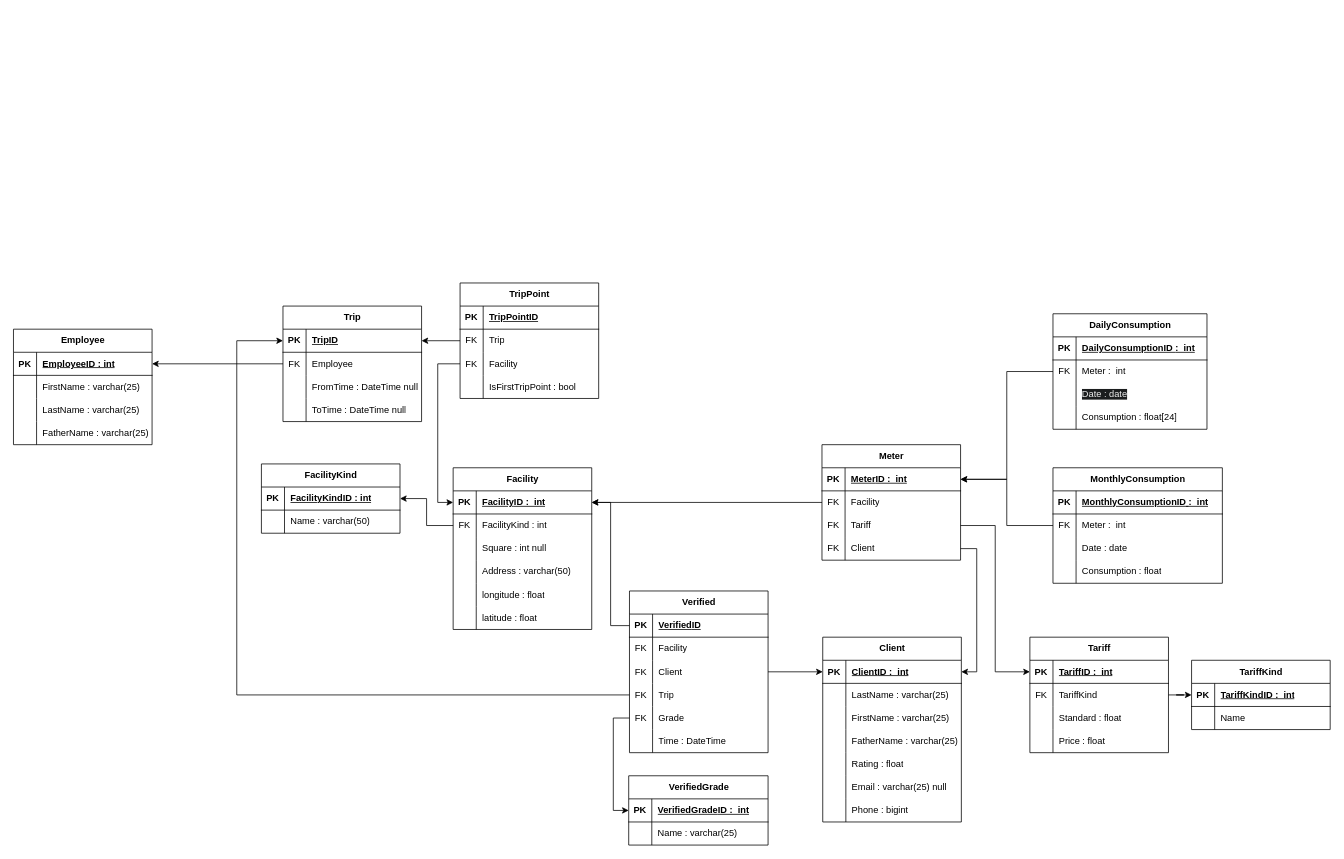
Before: src/db/diagrams/FairWatt.drawio in DrSa1fer/FairWatt, a draw.io diagram. Source tidied: cells renumbered, new cells numbered last; positions are measured from the earlier drawing's top-left corner, leaving out a move shared by most shapes. Both pictures are drawn from the tidied source at 77%, with x=0, y=0 at pixel (13, 283).
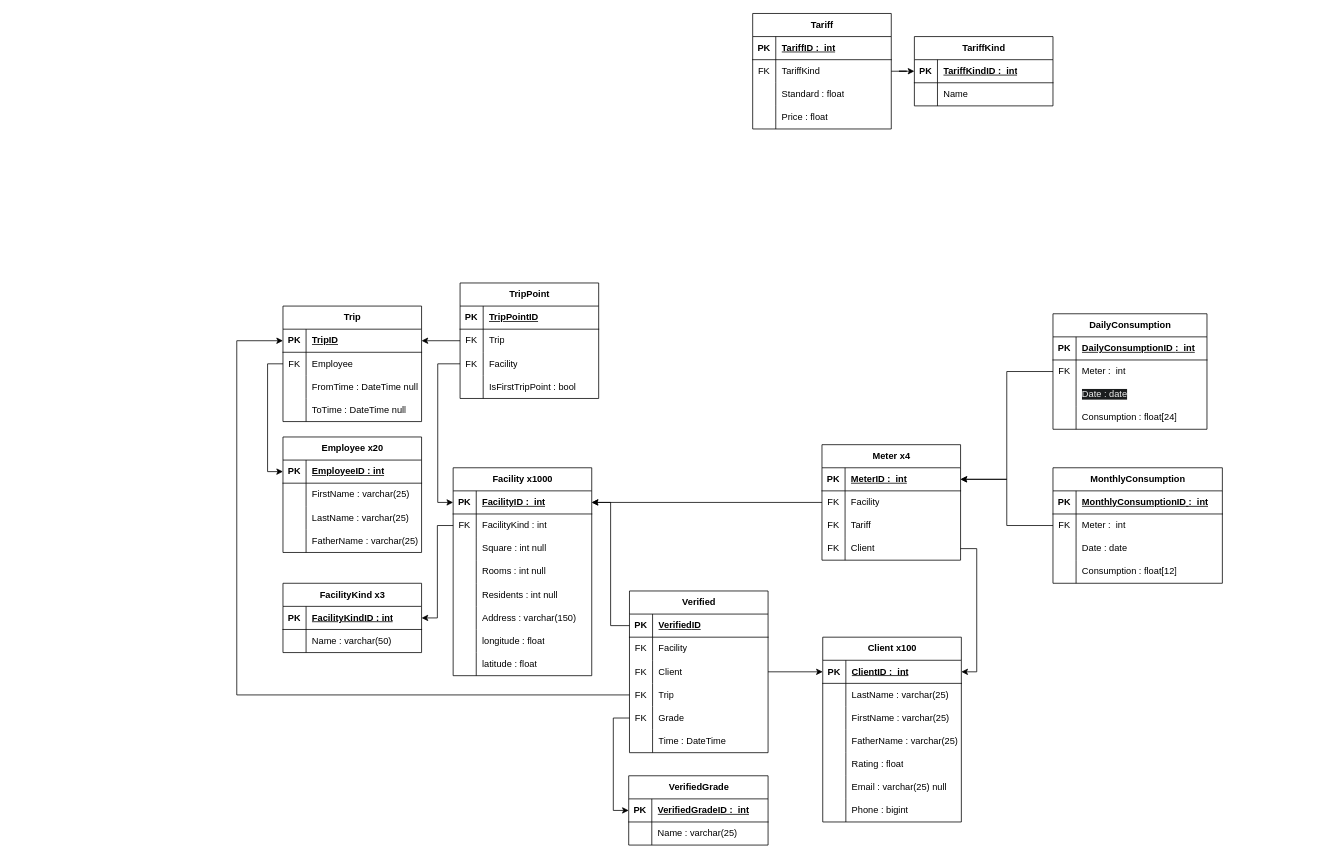
After the change.

The change refers to these unchanged cells:
```xml
<mxCell id="50" style="shape=tableRow;horizontal=0;startSize=0;swimlaneHead=0;swimlaneBody=0;fillColor=none;points=[[0,0.5],[1,0.5]];portConstraint=eastwest;top=0;left=0;right=0;bottom=0;" parent="43" vertex="1">
  <mxGeometry y="90" width="180" height="30" as="geometry" />
</mxCell>
<mxCell id="73" style="shape=tableRow;horizontal=0;startSize=0;swimlaneHead=0;swimlaneBody=0;fillColor=none;points=[[0,0.5],[1,0.5]];portConstraint=eastwest;top=0;left=0;right=0;bottom=1;" parent="72" vertex="1">
  <mxGeometry y="30" width="180" height="30" as="geometry" />
</mxCell>
<mxCell id="91" style="shape=tableRow;horizontal=0;startSize=0;swimlaneHead=0;swimlaneBody=0;fillColor=none;points=[[0,0.5],[1,0.5]];portConstraint=eastwest;top=0;left=0;right=0;bottom=0;" parent="87" vertex="1">
  <mxGeometry y="60" width="180" height="30" as="geometry" />
</mxCell>
<mxCell id="170" style="shape=tableRow;horizontal=0;startSize=0;swimlaneHead=0;swimlaneBody=0;fillColor=none;top=0;left=0;right=0;bottom=0;" parent="160" vertex="1">
  <mxGeometry y="120" width="220" height="30" as="geometry" />
</mxCell>
<mxCell id="175" style="shape=tableRow;horizontal=0;startSize=0;swimlaneHead=0;swimlaneBody=0;fillColor=none;points=[[0,0.5],[1,0.5]];portConstraint=eastwest;top=0;left=0;right=0;bottom=1;" parent="174" vertex="1">
  <mxGeometry y="30" width="180" height="30" as="geometry" />
</mxCell>
```

What changed in the source:
```diff
@@
-    <mxCell id="2" value="Facility" style="shape=table;startSize=30;childLayout=tableLayout;rowLines=0;fontStyle=1;align=center;html=1;" parent="1" vertex="1">
-      <mxGeometry x="571" y="240" width="180" height="210" as="geometry" />
+    <mxCell id="2" value="Facility x1000" style="shape=table;startSize=30;childLayout=tableLayout;rowLines=0;fontStyle=1;align=center;html=1;" parent="1" vertex="1">
+      <mxGeometry x="571" y="240" width="180" height="270" as="geometry" />
     </mxCell>
@@
+    <mxCell id="188" style="shape=tableRow;horizontal=0;startSize=0;swimlaneHead=0;swimlaneBody=0;fillColor=none;top=0;left=0;right=0;bottom=0;" parent="2" vertex="1">
+      <mxGeometry y="120" width="180" height="30" as="geometry" />
+    </mxCell>
+    <mxCell id="189" style="shape=partialRectangle;fillColor=none;top=0;left=0;bottom=0;right=0;overflow=hidden;whiteSpace=wrap;html=1;" parent="188" vertex="1">
+      <mxGeometry width="30" height="30" as="geometry" />
+    </mxCell>
+    <mxCell id="190" value="Rooms : int null" style="shape=partialRectangle;fillColor=none;top=0;left=0;bottom=0;right=0;align=left;spacingLeft=6;overflow=hidden;whiteSpace=wrap;html=1;" parent="188" vertex="1">
+      <mxGeometry x="30" width="150" height="30" as="geometry" />
+    </mxCell>
+    <mxCell id="191" style="shape=tableRow;horizontal=0;startSize=0;swimlaneHead=0;swimlaneBody=0;fillColor=none;top=0;left=0;right=0;bottom=0;" parent="2" vertex="1">
+      <mxGeometry y="150" width="180" height="30" as="geometry" />
+    </mxCell>
+    <mxCell id="192" style="shape=partialRectangle;fillColor=none;top=0;left=0;bottom=0;right=0;overflow=hidden;whiteSpace=wrap;html=1;" parent="191" vertex="1">
+      <mxGeometry width="30" height="30" as="geometry" />
+    </mxCell>
+    <mxCell id="193" value="Residents : int null" style="shape=partialRectangle;fillColor=none;top=0;left=0;bottom=0;right=0;align=left;spacingLeft=6;overflow=hidden;whiteSpace=wrap;html=1;" parent="191" vertex="1">
+      <mxGeometry x="30" width="150" height="30" as="geometry" />
+    </mxCell>
     <mxCell id="12" style="shape=tableRow;horizontal=0;startSize=0;swimlaneHead=0;swimlaneBody=0;fillColor=none;top=0;left=0;right=0;bottom=0;" parent="2" vertex="1">
-      <mxGeometry y="120" width="180" height="30" as="geometry" />
+      <mxGeometry y="180" width="180" height="30" as="geometry" />
     </mxCell>
@@
-    <mxCell id="14" value="Address : varchar(50)" style="shape=partialRectangle;fillColor=none;top=0;left=0;bottom=0;right=0;align=left;spacingLeft=6;overflow=hidden;whiteSpace=wrap;html=1;" parent="12" vertex="1">
+    <mxCell id="14" value="Address : varchar(150)" style="shape=partialRectangle;fillColor=none;top=0;left=0;bottom=0;right=0;align=left;spacingLeft=6;overflow=hidden;whiteSpace=wrap;html=1;" parent="12" vertex="1">
       <mxGeometry x="30" width="150" height="30" as="geometry" />
     </mxCell>
     <mxCell id="15" style="shape=tableRow;horizontal=0;startSize=0;swimlaneHead=0;swimlaneBody=0;fillColor=none;top=0;left=0;right=0;bottom=0;" parent="2" vertex="1">
-      <mxGeometry y="150" width="180" height="30" as="geometry" />
+      <mxGeometry y="210" width="180" height="30" as="geometry" />
     </mxCell>
@@
     <mxCell id="18" style="shape=tableRow;horizontal=0;startSize=0;swimlaneHead=0;swimlaneBody=0;fillColor=none;top=0;left=0;right=0;bottom=0;" parent="2" vertex="1">
-      <mxGeometry y="180" width="180" height="30" as="geometry" />
+      <mxGeometry y="240" width="180" height="30" as="geometry" />
     </mxCell>
@@
-    <mxCell id="21" value="Client" style="shape=table;startSize=30;childLayout=tableLayout;rowLines=0;fontStyle=1;align=center;html=1;" parent="1" vertex="1">
+    <mxCell id="21" value="Client x100" style="shape=table;startSize=30;childLayout=tableLayout;rowLines=0;fontStyle=1;align=center;html=1;" parent="1" vertex="1">
       <mxGeometry x="1051" y="460" width="180" height="240" as="geometry" />
     </mxCell>
@@
-    <mxCell id="43" value="&lt;span style=&quot;background-color: initial;&quot;&gt;Meter&lt;/span&gt;" style="shape=table;startSize=30;childLayout=tableLayout;rowLines=0;fontStyle=1;align=center;html=1;" parent="1" vertex="1">
+    <mxCell id="43" value="&lt;span style=&quot;background-color: initial;&quot;&gt;Meter x4&lt;/span&gt;" style="shape=table;startSize=30;childLayout=tableLayout;rowLines=0;fontStyle=1;align=center;html=1;" parent="1" vertex="1">
       <mxGeometry x="1050" y="210" width="180" height="150" as="geometry" />
     </mxCell>
@@
-    <mxCell id="58" value="FacilityKind" style="shape=table;startSize=30;childLayout=tableLayout;rowLines=0;fontStyle=1;align=center;html=1;" parent="1" vertex="1">
-      <mxGeometry x="322" y="235" width="180" height="90" as="geometry" />
+    <mxCell id="58" value="FacilityKind x3" style="shape=table;startSize=30;childLayout=tableLayout;rowLines=0;fontStyle=1;align=center;html=1;" parent="1" vertex="1">
+      <mxGeometry x="350" y="390" width="180" height="90" as="geometry" />
     </mxCell>
@@
     <mxCell id="65" value="TariffKind" style="shape=table;startSize=30;childLayout=tableLayout;rowLines=0;fontStyle=1;align=center;html=1;" parent="1" vertex="1">
-      <mxGeometry x="1530" y="490" width="180" height="90" as="geometry" />
+      <mxGeometry x="1170" y="-320" width="180" height="90" as="geometry" />
     </mxCell>
@@
     <mxCell id="72" value="Tariff" style="shape=table;startSize=30;childLayout=tableLayout;rowLines=0;fontStyle=1;align=center;html=1;" parent="1" vertex="1">
-      <mxGeometry x="1320" y="460" width="180" height="150" as="geometry" />
+      <mxGeometry x="960" y="-350" width="180" height="150" as="geometry" />
     </mxCell>
@@
-    <mxCell id="86" style="edgeStyle=orthogonalEdgeStyle;rounded=0;jettySize=auto;html=1;entryX=0;entryY=0.5;entryDx=0;entryDy=0;" parent="1" edge="1" source="50" target="73">
-      <mxGeometry relative="1" as="geometry" />
-    </mxCell>
@@
-    <mxCell id="172" value="Consumption : float" style="shape=partialRectangle;fillColor=none;top=0;left=0;bottom=0;right=0;align=left;spacingLeft=6;overflow=hidden;whiteSpace=wrap;html=1;" parent="170" vertex="1">
+    <mxCell id="172" value="Consumption : float[12]" style="shape=partialRectangle;fillColor=none;top=0;left=0;bottom=0;right=0;align=left;spacingLeft=6;overflow=hidden;whiteSpace=wrap;html=1;" parent="170" vertex="1">
       <mxGeometry x="30" width="190" height="30" as="geometry" />
     </mxCell>
@@
-    <mxCell id="174" value="Employee" style="shape=table;startSize=30;childLayout=tableLayout;rowLines=0;fontStyle=1;align=center;html=1;" parent="1" vertex="1">
-      <mxGeometry y="60" width="180" height="150" as="geometry" />
+    <mxCell id="174" value="Employee x20" style="shape=table;startSize=30;childLayout=tableLayout;rowLines=0;fontStyle=1;align=center;html=1;" parent="1" vertex="1">
+      <mxGeometry x="350" y="200" width="180" height="150" as="geometry" />
     </mxCell>
@@
-    <mxCell id="187" style="edgeStyle=orthogonalEdgeStyle;rounded=0;jettySize=auto;html=1;entryX=1;entryY=0.5;entryDx=0;entryDy=0;" parent="1" edge="1" source="91" target="175">
+    <mxCell id="187" style="edgeStyle=orthogonalEdgeStyle;rounded=0;jettySize=auto;html=1;entryX=0;entryY=0.5;entryDx=0;entryDy=0;" parent="1" edge="1" source="91" target="175">
       <mxGeometry relative="1" as="geometry" />
     </mxCell>
```
